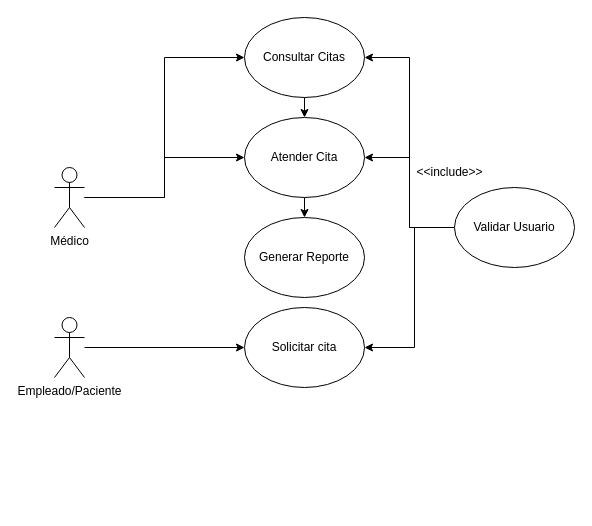
ElJason/Draw_Diagramas keeps this draw.io diagram as page "CasosUso" (1 of 4) of ProyectoING.Softwarell/CasosdeUso.drawio. Above is the earlier version. Source tidied: cells renumbered, new cells numbered last; positions are measured from the earlier drawing's top-left corner, leaving out a move shared by most shapes. Both pictures are drawn from the tidied source at 100%, with x=0, y=0 at pixel (54, 17).
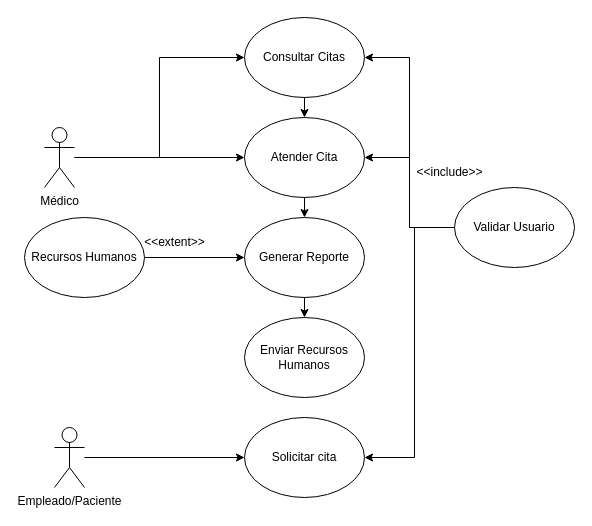
The same page after the edit.

The change refers to these unchanged cells:
```xml
<mxCell id="11" value="Validar Usuario" style="ellipse;whiteSpace=wrap;html=1;" parent="1" vertex="1">
  <mxGeometry x="400" y="170" width="120" height="80" as="geometry" />
</mxCell>
<mxCell id="16" value="Generar Reporte" style="ellipse;whiteSpace=wrap;html=1;" parent="1" vertex="1">
  <mxGeometry x="190" y="200" width="120" height="80" as="geometry" />
</mxCell>
```

What changed in the source:
```diff
@@
     <mxCell id="4" value="Médico" style="shape=umlActor;verticalLabelPosition=bottom;verticalAlign=top;html=1;outlineConnect=0;" parent="1" vertex="1">
-      <mxGeometry y="150" width="30" height="60" as="geometry" />
+      <mxGeometry x="-10" y="110" width="30" height="60" as="geometry" />
     </mxCell>
     <mxCell id="5" value="Empleado/Paciente" style="shape=umlActor;verticalLabelPosition=bottom;verticalAlign=top;html=1;outlineConnect=0;" parent="1" vertex="1">
-      <mxGeometry y="300" width="30" height="60" as="geometry" />
+      <mxGeometry y="410" width="30" height="60" as="geometry" />
     </mxCell>
     <mxCell id="6" value="Solicitar cita" style="ellipse;whiteSpace=wrap;html=1;" parent="1" vertex="1">
-      <mxGeometry x="190" y="290" width="120" height="80" as="geometry" />
+      <mxGeometry x="190" y="400" width="120" height="80" as="geometry" />
     </mxCell>
@@
     <mxCell id="8" style="edgeStyle=orthogonalEdgeStyle;rounded=0;jettySize=auto;html=1;exitX=0;exitY=0.5;exitDx=0;exitDy=0;entryX=1;entryY=0.5;entryDx=0;entryDy=0;" parent="1" edge="1" source="11" target="6">
       <mxGeometry relative="1" as="geometry">
         <Array as="points">
           <mxPoint x="360" y="210" />
-          <mxPoint x="360" y="330" />
+          <mxPoint x="360" y="440" />
         </Array>
       </mxGeometry>
     </mxCell>
@@
+    <mxCell id="18" style="edgeStyle=orthogonalEdgeStyle;rounded=0;jettySize=auto;html=1;exitX=0.5;exitY=1;exitDx=0;exitDy=0;entryX=0.5;entryY=0;entryDx=0;entryDy=0;" parent="1" edge="1" source="16" target="21">
+      <mxGeometry relative="1" as="geometry" />
+    </mxCell>
@@
+    <mxCell id="19" style="edgeStyle=orthogonalEdgeStyle;rounded=0;jettySize=auto;html=1;entryX=0;entryY=0.5;entryDx=0;entryDy=0;" parent="1" edge="1" source="20" target="16">
+      <mxGeometry relative="1" as="geometry" />
+    </mxCell>
+    <mxCell id="20" value="Recursos Humanos" style="ellipse;whiteSpace=wrap;html=1;" parent="1" vertex="1">
+      <mxGeometry x="-30" y="200" width="120" height="80" as="geometry" />
+    </mxCell>
+    <mxCell id="21" value="Enviar Recursos Humanos" style="ellipse;whiteSpace=wrap;html=1;" parent="1" vertex="1">
+      <mxGeometry x="190" y="300" width="120" height="80" as="geometry" />
+    </mxCell>
+    <mxCell id="22" value="&amp;lt;&amp;lt;extent&amp;gt;&amp;gt;" style="text;html=1;align=center;verticalAlign=middle;strokeColor=none;fillColor=none;" parent="1" vertex="1">
+      <mxGeometry x="80" y="210" width="80" height="30" as="geometry" />
+    </mxCell>
```
